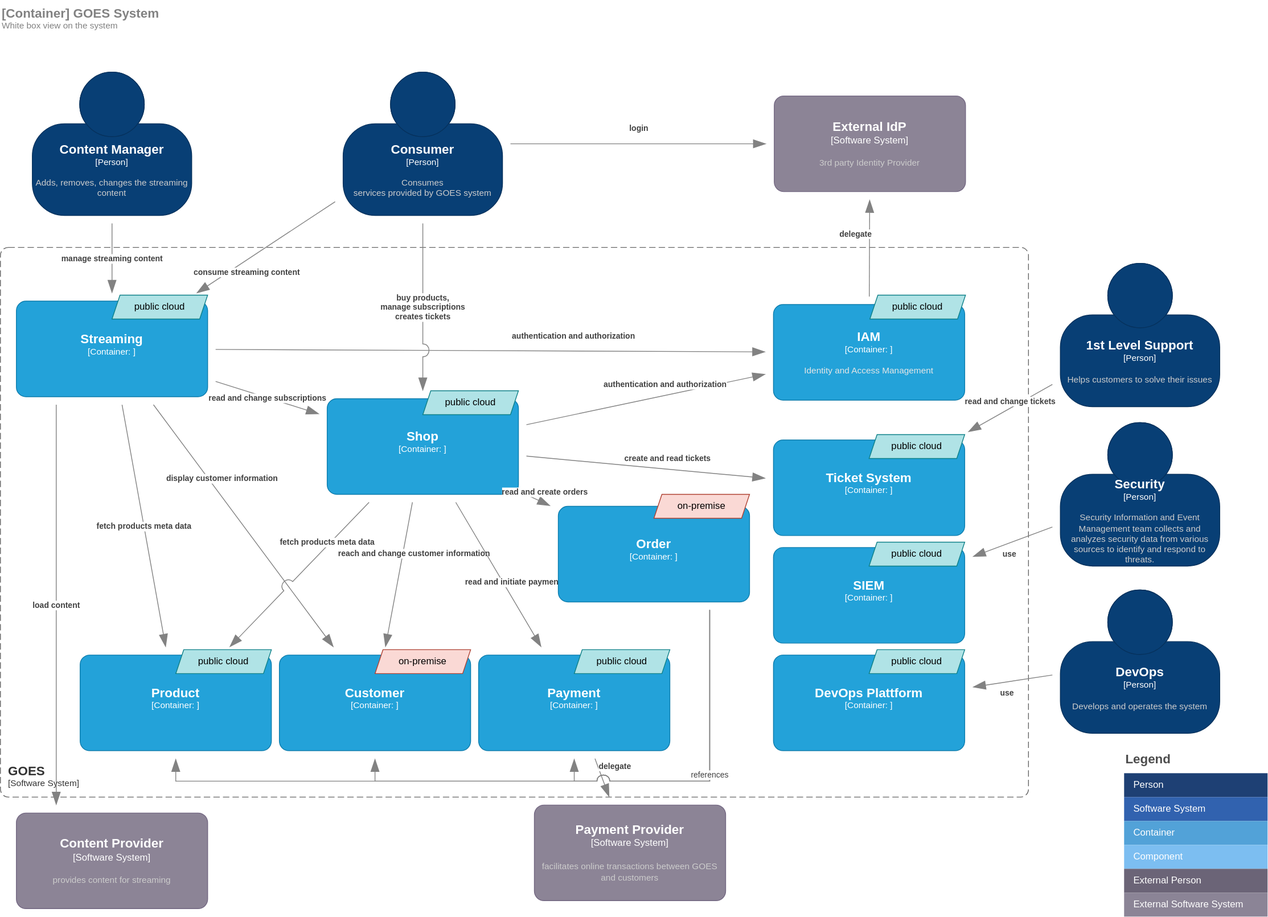
Above: img/Container.drawio.svg in wschaef/goes-architecture (draw.io), before the change. Source tidied: cells renumbered, new cells last; positions are measured from the earlier drawing's top-left corner, leaving out a move shared by most shapes.
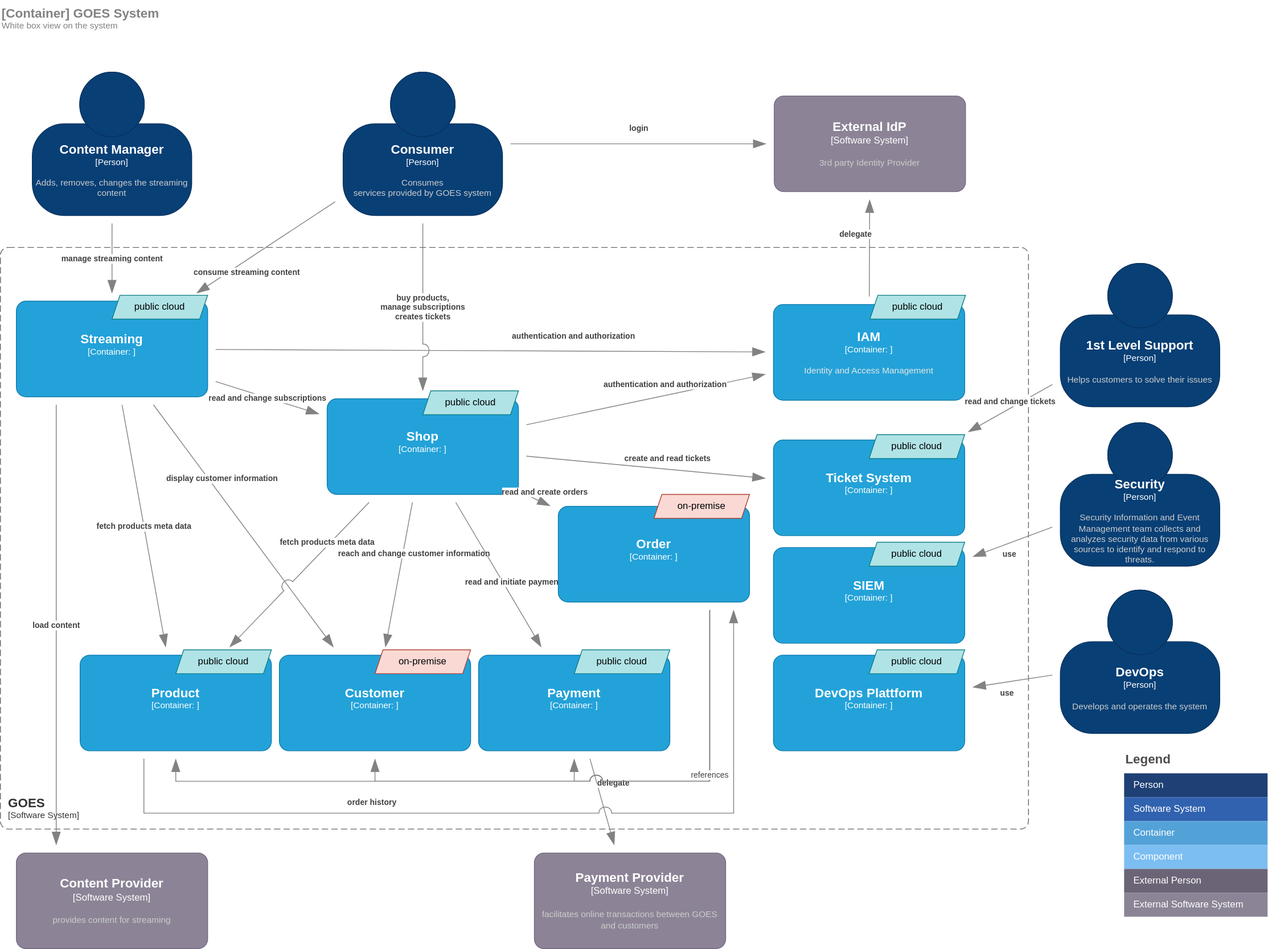
After the commit.

Change to the diagram source:
```diff
@@ -19,7 +19,7 @@
     </object>
     <object id="5" label="&lt;font style=&quot;font-size: 16px&quot;&gt;&lt;b&gt;%c4Name%&lt;/b&gt;&lt;/font&gt;&lt;div&gt;[%c4Type%]&lt;/div&gt;&lt;br&gt;&lt;div&gt;&lt;font style=&quot;font-size: 11px&quot;&gt;&lt;font color=&quot;#cccccc&quot;&gt;%c4Description%&lt;/font&gt;&lt;/div&gt;" c4Description="facilitates online transactions between GOES and customers" c4Name="Payment Provider" c4Type="Software System" placeholders="1">
       <mxCell style="rounded=1;whiteSpace=wrap;html=1;labelBackgroundColor=none;fillColor=#8C8496;fontColor=#ffffff;align=center;arcSize=10;strokeColor=#736782;points=[[0.25,0,0],[0.5,0,0],[0.75,0,0],[1,0.25,0],[1,0.5,0],[1,0.75,0],[0.75,1,0],[0.5,1,0],[0.25,1,0],[0,0.75,0],[0,0.5,0],[0,0.25,0]];" parent="1" vertex="1">
-        <mxGeometry x="670" y="1010" width="240" height="120" as="geometry" />
+        <mxGeometry x="670" y="1070" width="240" height="120" as="geometry" />
       </mxCell>
     </object>
     <object id="6" label="&lt;font style=&quot;font-size: 16px&quot;&gt;&lt;b&gt;%c4Name%&lt;/b&gt;&lt;/font&gt;&lt;div&gt;[%c4Type%]&lt;/div&gt;&lt;br&gt;&lt;div&gt;&lt;font style=&quot;font-size: 11px&quot;&gt;&lt;font color=&quot;#cccccc&quot;&gt;%c4Description%&lt;/font&gt;&lt;/div&gt;" c4Description="3rd party Identity Provider" c4Name="External IdP" c4Type="Software System" placeholders="1">
@@ -44,7 +44,7 @@
     </object>
     <object id="10" label="&lt;font style=&quot;font-size: 16px&quot;&gt;&lt;b&gt;&lt;div style=&quot;text-align: left&quot;&gt;%c4Name%&lt;/div&gt;&lt;/b&gt;&lt;/font&gt;&lt;div style=&quot;text-align: left&quot;&gt;[%c4Application%]&lt;/div&gt;" c4Application="Software System" c4Name="GOES" c4Type="SystemScopeBoundary" placeholders="1">
       <mxCell style="rounded=1;fontSize=11;whiteSpace=wrap;html=1;dashed=1;arcSize=20;fillColor=none;strokeColor=#666666;fontColor=#333333;labelBackgroundColor=none;align=left;verticalAlign=bottom;labelBorderColor=none;spacingTop=0;spacing=10;dashPattern=8 4;perimeter=rectanglePerimeter;noLabel=0;labelPadding=0;absoluteArcSize=1;fontFamily=Helvetica;" parent="1" vertex="1">
-        <mxGeometry y="310" width="1290" height="690" as="geometry" />
+        <mxGeometry y="310" width="1290" height="730" as="geometry" />
       </mxCell>
     </object>
     <object id="11" label="&lt;font style=&quot;font-size: 16px&quot;&gt;&lt;b&gt;%c4Name%&lt;/b&gt;&lt;/font&gt;&lt;div&gt;[%c4Type%: %c4Technology%]&lt;/div&gt;&lt;br&gt;&lt;div&gt;&lt;font style=&quot;font-size: 11px&quot;&gt;&lt;font color=&quot;#E6E6E6&quot;&gt;%c4Description%&lt;/font&gt;&lt;/div&gt;" c4Description="" c4Name="Shop" c4Technology="" c4Type="Container" placeholders="1">
@@ -278,7 +278,7 @@
     </mxCell>
     <object id="61" label="&lt;font style=&quot;font-size: 16px&quot;&gt;&lt;b&gt;%c4Name%&lt;/b&gt;&lt;/font&gt;&lt;div&gt;[%c4Type%]&lt;/div&gt;&lt;br&gt;&lt;div&gt;&lt;font style=&quot;font-size: 11px&quot;&gt;&lt;font color=&quot;#cccccc&quot;&gt;%c4Description%&lt;/font&gt;&lt;/div&gt;" c4Description="provides content for streaming" c4Name="Content Provider" c4Type="Software System" placeholders="1">
       <mxCell style="rounded=1;whiteSpace=wrap;html=1;labelBackgroundColor=none;fillColor=#8C8496;fontColor=#ffffff;align=center;arcSize=10;strokeColor=#736782;points=[[0.25,0,0],[0.5,0,0],[0.75,0,0],[1,0.25,0],[1,0.5,0],[1,0.75,0],[0.75,1,0],[0.5,1,0],[0.25,1,0],[0,0.75,0],[0,0.5,0],[0,0.25,0]];" parent="1" vertex="1">
-        <mxGeometry x="20" y="1020" width="240" height="120" as="geometry" />
+        <mxGeometry x="20" y="1070" width="240" height="120" as="geometry" />
       </mxCell>
     </object>
     <object id="62" label="&lt;div style=&quot;text-align: left&quot;&gt;&lt;div style=&quot;text-align: center&quot;&gt;&lt;b&gt;%c4Description%&lt;/b&gt;&lt;/div&gt;" c4Description="load content" c4Type="Relationship" placeholders="1">
@@ -291,5 +291,15 @@
         </mxGeometry>
       </mxCell>
     </object>
+    <object id="63" label="&lt;div style=&quot;text-align: left&quot;&gt;&lt;div style=&quot;text-align: center&quot;&gt;&lt;b&gt;%c4Description%&lt;/b&gt;&lt;/div&gt;" c4Description="order history" c4Type="Relationship" placeholders="1">
+      <mxCell style="endArrow=blockThin;html=1;fontSize=10;fontColor=#404040;strokeWidth=1;endFill=1;strokeColor=#828282;elbow=vertical;endSize=14;startSize=14;jumpStyle=arc;jumpSize=16;rounded=0;targetPerimeterSpacing=10;sourcePerimeterSpacing=10;edgeStyle=orthogonalEdgeStyle;" parent="1" edge="1" source="16" target="41">
+        <mxGeometry x="-0.33" y="14" relative="1" as="geometry">
+          <Array as="points">
+            <mxPoint x="180" y="1020" />
+            <mxPoint x="920" y="1020" />
+          </Array>
+        </mxGeometry>
+      </mxCell>
+    </object>
   </root>
 </mxGraphModel>
```
